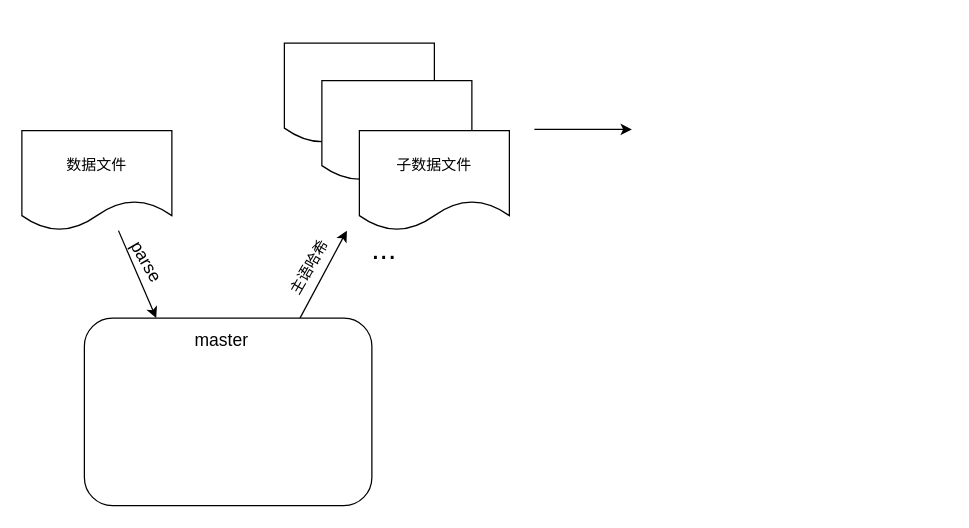
Earlier version of the draw.io diagram distribute.drawio (ductina/233). Source tidied: cells renumbered, new cells numbered last; positions are measured from the earlier drawing's top-left corner, leaving out a move shared by most shapes. Both pictures are drawn from the tidied source at 125%, with x=0, y=0 at pixel (21, 42).
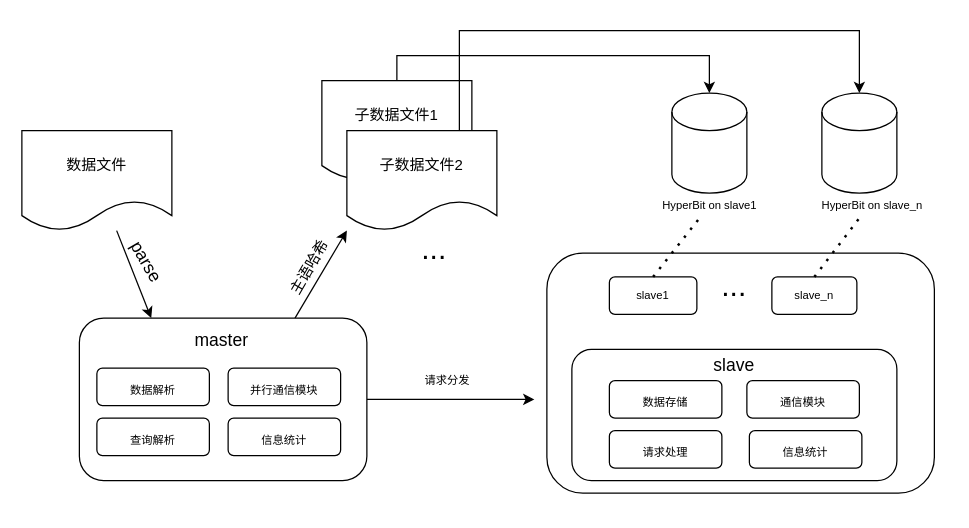
The same page after the edit.

Change to the diagram source:
```diff
@@
+    <mxCell id="14" style="rounded=1;whiteSpace=wrap;html=1;fontSize=9;" parent="1" vertex="1">
+      <mxGeometry x="420" y="168" width="310" height="192" as="geometry" />
+    </mxCell>
@@
-    <mxCell id="4" style="endArrow=classic;html=1;rounded=0;exitX=0.75;exitY=0;exitDx=0;exitDy=0;entryX=0;entryY=0;entryDx=0;entryDy=0;" parent="1" edge="1" source="11" target="9">
-      <mxGeometry relative="1" as="geometry" />
+    <mxCell id="4" style="endArrow=classic;html=1;rounded=0;exitX=0.75;exitY=0;exitDx=0;exitDy=0;" parent="1" edge="1" source="11">
+      <mxGeometry relative="1" as="geometry">
+        <mxPoint x="260" y="150" as="targetPoint" />
+      </mxGeometry>
     </mxCell>
@@
-    <mxCell id="6" style="shape=document;whiteSpace=wrap;html=1;boundedLbl=1;" parent="1" vertex="1">
-      <mxGeometry x="210" width="120" height="80" as="geometry" />
-    </mxCell>
+    <mxCell id="15" style="edgeStyle=orthogonalEdgeStyle;rounded=0;jettySize=auto;html=1;entryX=0.5;entryY=0;entryDx=0;entryDy=0;entryPerimeter=0;fontSize=9;exitX=0.5;exitY=0;exitDx=0;exitDy=0;" parent="1" edge="1" source="7" target="26">
+      <mxGeometry relative="1" as="geometry" />
+    </mxCell>
-    <mxCell id="7" style="shape=document;whiteSpace=wrap;html=1;boundedLbl=1;" parent="1" vertex="1">
+    <mxCell id="7" value="&lt;span&gt;子数据文件1&lt;/span&gt;" style="shape=document;whiteSpace=wrap;html=1;boundedLbl=1;" parent="1" vertex="1">
       <mxGeometry x="240" y="30" width="120" height="80" as="geometry" />
     </mxCell>
+    <mxCell id="16" style="edgeStyle=orthogonalEdgeStyle;rounded=0;jettySize=auto;html=1;entryX=0.5;entryY=0;entryDx=0;entryDy=0;entryPerimeter=0;fontSize=9;exitX=0.75;exitY=0;exitDx=0;exitDy=0;" parent="1" edge="1" source="8" target="27">
+      <mxGeometry relative="1" as="geometry">
+        <Array as="points">
+          <mxPoint x="350" y="-10" />
+          <mxPoint x="670" y="-10" />
+        </Array>
+      </mxGeometry>
+    </mxCell>
-    <mxCell id="8" value="子数据文件" style="shape=document;whiteSpace=wrap;html=1;boundedLbl=1;" parent="1" vertex="1">
-      <mxGeometry x="270" y="70" width="120" height="80" as="geometry" />
+    <mxCell id="8" value="子数据文件2" style="shape=document;whiteSpace=wrap;html=1;boundedLbl=1;" parent="1" vertex="1">
+      <mxGeometry x="260" y="70" width="120" height="80" as="geometry" />
     </mxCell>
     <mxCell id="9" value="&lt;font style=&quot;font-size: 24px&quot;&gt;...&lt;/font&gt;" style="text;html=1;strokeColor=none;fillColor=none;align=center;verticalAlign=middle;whiteSpace=wrap;rounded=0;" parent="1" vertex="1">
-      <mxGeometry x="260" y="150" width="60" height="30" as="geometry" />
+      <mxGeometry x="300" y="150" width="60" height="30" as="geometry" />
     </mxCell>
-    <mxCell id="10" style="endArrow=classic;html=1;rounded=0;exitX=1.017;exitY=0.363;exitDx=0;exitDy=0;exitPerimeter=0;" parent="1" edge="1">
-      <mxGeometry relative="1" as="geometry">
-        <mxPoint x="410" y="69" as="sourcePoint" />
-        <mxPoint x="488" y="69" as="targetPoint" />
-      </mxGeometry>
-    </mxCell>
+    <mxCell id="17" style="edgeStyle=orthogonalEdgeStyle;rounded=0;jettySize=auto;html=1;fontSize=9;" parent="1" edge="1" source="11">
+      <mxGeometry relative="1" as="geometry">
+        <mxPoint x="410" y="285" as="targetPoint" />
+      </mxGeometry>
+    </mxCell>
     <mxCell id="11" style="rounded=1;whiteSpace=wrap;html=1;fontSize=24;" parent="1" vertex="1">
-      <mxGeometry x="50" y="220" width="230" height="150" as="geometry" />
+      <mxGeometry x="46" y="220" width="230" height="130" as="geometry" />
     </mxCell>
@@
+    <mxCell id="18" value="&lt;font style=&quot;font-size: 9px&quot;&gt;数据解析&lt;br&gt;&lt;/font&gt;" style="rounded=1;whiteSpace=wrap;html=1;fontSize=18;" parent="1" vertex="1">
+      <mxGeometry x="60" y="260" width="90" height="30" as="geometry" />
+    </mxCell>
+    <mxCell id="19" value="&lt;font style=&quot;font-size: 9px&quot;&gt;并行通信模块&lt;br&gt;&lt;/font&gt;" style="rounded=1;whiteSpace=wrap;html=1;fontSize=18;" parent="1" vertex="1">
+      <mxGeometry x="165" y="260" width="90" height="30" as="geometry" />
+    </mxCell>
+    <mxCell id="20" value="&lt;font style=&quot;font-size: 9px&quot;&gt;查询解析&lt;br&gt;&lt;/font&gt;" style="rounded=1;whiteSpace=wrap;html=1;fontSize=18;" parent="1" vertex="1">
+      <mxGeometry x="60" y="300" width="90" height="30" as="geometry" />
+    </mxCell>
+    <mxCell id="21" value="&lt;font style=&quot;font-size: 9px&quot;&gt;信息统计&lt;br&gt;&lt;/font&gt;" style="rounded=1;whiteSpace=wrap;html=1;fontSize=18;" parent="1" vertex="1">
+      <mxGeometry x="165" y="300" width="90" height="30" as="geometry" />
+    </mxCell>
+    <mxCell id="22" value="slave1" style="rounded=1;whiteSpace=wrap;html=1;fontSize=9;" parent="1" vertex="1">
+      <mxGeometry x="470" y="187" width="70" height="30" as="geometry" />
+    </mxCell>
+    <mxCell id="23" value="slave_n" style="rounded=1;whiteSpace=wrap;html=1;fontSize=9;" parent="1" vertex="1">
+      <mxGeometry x="600" y="187" width="68" height="30" as="geometry" />
+    </mxCell>
+    <mxCell id="24" value="&lt;font style=&quot;font-size: 24px&quot;&gt;...&lt;/font&gt;" style="text;html=1;strokeColor=none;fillColor=none;align=center;verticalAlign=middle;whiteSpace=wrap;rounded=0;" parent="1" vertex="1">
+      <mxGeometry x="540" y="180" width="60" height="30" as="geometry" />
+    </mxCell>
+    <mxCell id="25" style="rounded=1;whiteSpace=wrap;html=1;fontSize=9;" parent="1" vertex="1">
+      <mxGeometry x="440" y="245" width="260" height="105" as="geometry" />
+    </mxCell>
+    <mxCell id="26" style="shape=cylinder3;whiteSpace=wrap;html=1;boundedLbl=1;backgroundOutline=1;size=15;fontSize=9;" parent="1" vertex="1">
+      <mxGeometry x="520" y="40" width="60" height="80" as="geometry" />
+    </mxCell>
+    <mxCell id="27" style="shape=cylinder3;whiteSpace=wrap;html=1;boundedLbl=1;backgroundOutline=1;size=15;fontSize=9;" parent="1" vertex="1">
+      <mxGeometry x="640" y="40" width="60" height="80" as="geometry" />
+    </mxCell>
+    <mxCell id="28" value="&lt;span style=&quot;font-size: 14px&quot;&gt;slave&lt;/span&gt;" style="text;html=1;strokeColor=none;fillColor=none;align=center;verticalAlign=middle;whiteSpace=wrap;rounded=0;fontSize=24;" parent="1" vertex="1">
+      <mxGeometry x="540" y="245" width="60" height="20" as="geometry" />
+    </mxCell>
+    <mxCell id="29" value="&lt;font style=&quot;font-size: 9px&quot;&gt;数据存储&lt;br&gt;&lt;/font&gt;" style="rounded=1;whiteSpace=wrap;html=1;fontSize=18;" parent="1" vertex="1">
+      <mxGeometry x="470" y="270" width="90" height="30" as="geometry" />
+    </mxCell>
+    <mxCell id="30" value="&lt;font style=&quot;font-size: 9px&quot;&gt;通信模块&lt;br&gt;&lt;/font&gt;" style="rounded=1;whiteSpace=wrap;html=1;fontSize=18;" parent="1" vertex="1">
+      <mxGeometry x="580" y="270" width="90" height="30" as="geometry" />
+    </mxCell>
+    <mxCell id="31" value="&lt;font style=&quot;font-size: 9px&quot;&gt;请求处理&lt;br&gt;&lt;/font&gt;" style="rounded=1;whiteSpace=wrap;html=1;fontSize=18;" parent="1" vertex="1">
+      <mxGeometry x="470" y="310" width="90" height="30" as="geometry" />
+    </mxCell>
+    <mxCell id="32" value="&lt;font style=&quot;font-size: 9px&quot;&gt;信息统计&lt;br&gt;&lt;/font&gt;" style="rounded=1;whiteSpace=wrap;html=1;fontSize=18;" parent="1" vertex="1">
+      <mxGeometry x="582" y="310" width="90" height="30" as="geometry" />
+    </mxCell>
+    <mxCell id="33" value="HyperBit on slave1" style="text;html=1;align=center;verticalAlign=middle;points=[];strokeColor=none;fillColor=none;fontSize=9;" parent="1" vertex="1">
+      <mxGeometry x="490" y="120" width="120" height="20" as="geometry" />
+    </mxCell>
+    <mxCell id="34" value="HyperBit on slave_n" style="text;html=1;align=center;verticalAlign=middle;strokeColor=none;fillColor=none;fontSize=9;" parent="1" vertex="1">
+      <mxGeometry x="620" y="120" width="120" height="20" as="geometry" />
+    </mxCell>
+    <mxCell id="35" style="endArrow=none;dashed=1;html=1;dashPattern=1 3;strokeWidth=2;rounded=0;fontSize=9;exitX=0.5;exitY=0;exitDx=0;exitDy=0;" parent="1" edge="1" source="22" target="33">
+      <mxGeometry relative="1" as="geometry" />
+    </mxCell>
+    <mxCell id="36" style="endArrow=none;dashed=1;html=1;dashPattern=1 3;strokeWidth=2;rounded=0;fontSize=9;entryX=0.325;entryY=1.05;entryDx=0;entryDy=0;entryPerimeter=0;exitX=0.5;exitY=0;exitDx=0;exitDy=0;" parent="1" edge="1" source="23">
+      <mxGeometry relative="1" as="geometry">
+        <mxPoint x="670" y="140" as="targetPoint" />
+      </mxGeometry>
+    </mxCell>
+    <mxCell id="37" value="请求分发" style="text;html=1;align=center;verticalAlign=middle;strokeColor=none;fillColor=none;fontSize=9;" parent="1" vertex="1">
+      <mxGeometry x="310" y="260" width="60" height="20" as="geometry" />
+    </mxCell>
```
